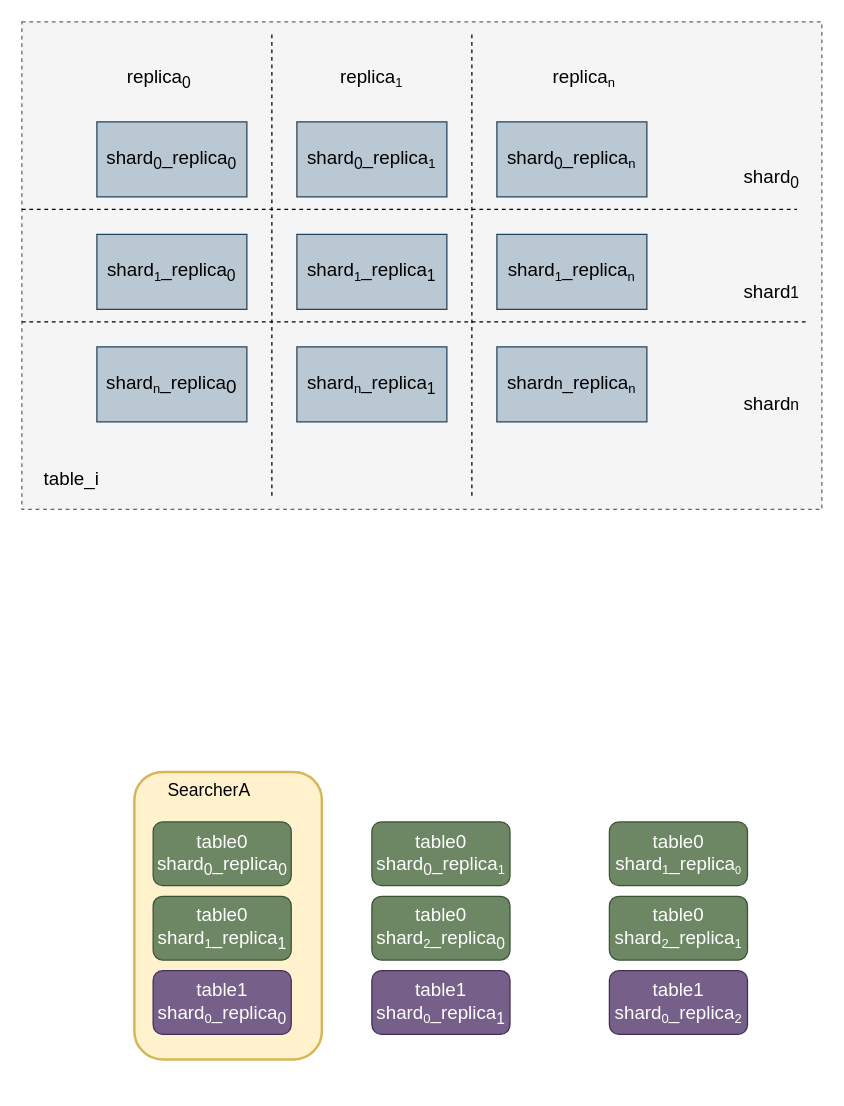
johnsondeng/drawio keeps this draw.io diagram as vsearch.drawio. Above is the earlier version. Source tidied: cells renumbered, new cells numbered last; positions are measured from the earlier drawing's top-left corner, leaving out a move shared by most shapes. Both pictures are drawn from the tidied source at 125%, with x=0, y=0 at pixel (21, 21).
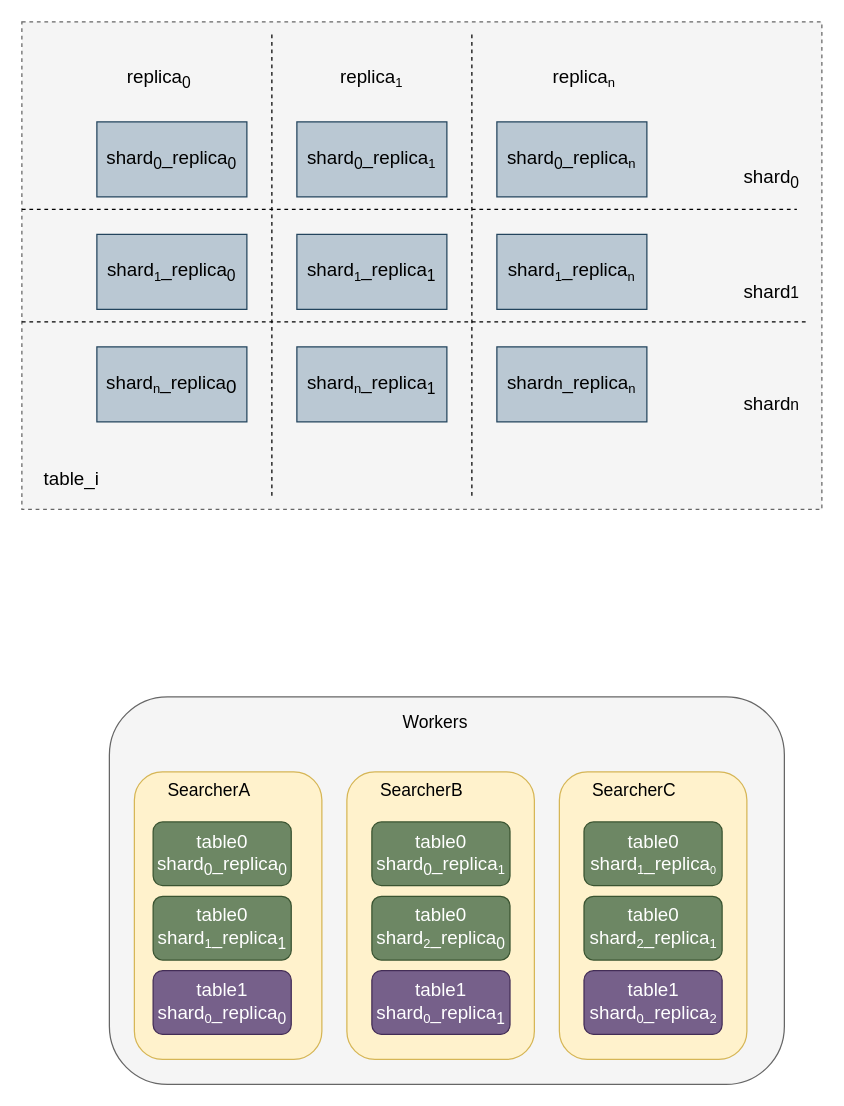
After the change.

The edit, as a diff of the source:
```diff
@@
+    <mxCell id="34" style="group;strokeWidth=0;" parent="1" vertex="1">
+      <mxGeometry x="70" y="540" width="540" height="310" as="geometry" />
+    </mxCell>
+    <mxCell id="35" style="rounded=1;whiteSpace=wrap;html=1;strokeWidth=1;fillColor=#f5f5f5;strokeColor=#666666;fontColor=#333333;" parent="34" vertex="1">
+      <mxGeometry width="540" height="310" as="geometry" />
+    </mxCell>
+    <mxCell id="36" value="Workers" style="text;html=1;strokeColor=none;fillColor=none;align=center;verticalAlign=middle;whiteSpace=wrap;rounded=0;strokeWidth=1;fontSize=14;" parent="34" vertex="1">
+      <mxGeometry x="153" width="216" height="40.4" as="geometry" />
+    </mxCell>
+    <mxCell id="37" style="group;" parent="1" vertex="1">
+      <mxGeometry x="430" y="600" width="150" height="230" as="geometry" />
+    </mxCell>
+    <mxCell id="38" style="rounded=1;whiteSpace=wrap;html=1;strokeWidth=1;fillColor=#fff2cc;strokeColor=#d6b656;" parent="37" vertex="1">
+      <mxGeometry width="150" height="230" as="geometry" />
+    </mxCell>
+    <mxCell id="39" value="SearcherC" style="text;html=1;strokeColor=none;fillColor=none;align=center;verticalAlign=middle;whiteSpace=wrap;rounded=0;strokeWidth=1;fontSize=14;" parent="37" vertex="1">
+      <mxGeometry x="30" width="60" height="30" as="geometry" />
+    </mxCell>
+    <mxCell id="30" value="&lt;font style=&quot;font-size: 15px&quot;&gt;table0&lt;br&gt;shard&lt;/font&gt;&lt;font&gt;&lt;span style=&quot;font-size: 12.5px&quot;&gt;&lt;sub&gt;1&lt;/sub&gt;&lt;/span&gt;&lt;span style=&quot;font-size: 15px&quot;&gt;_replica&lt;/span&gt;&lt;/font&gt;&lt;font style=&quot;font-size: 10.4167px&quot;&gt;&lt;sub&gt;0&lt;/sub&gt;&lt;/font&gt;" style="rounded=1;whiteSpace=wrap;html=1;fillColor=#6d8764;strokeColor=#3A5431;fontColor=#ffffff;" parent="37" vertex="1">
+      <mxGeometry x="19.7" y="40" width="110.5" height="51" as="geometry" />
+    </mxCell>
+    <mxCell id="31" value="&lt;font style=&quot;font-size: 15px&quot;&gt;table0&lt;br&gt;shard&lt;/font&gt;&lt;font&gt;&lt;span style=&quot;font-size: 12.5px&quot;&gt;&lt;sub&gt;2&lt;/sub&gt;&lt;/span&gt;&lt;span style=&quot;font-size: 15px&quot;&gt;_replica&lt;/span&gt;&lt;span style=&quot;font-size: 12.5px&quot;&gt;&lt;sub&gt;1&lt;/sub&gt;&lt;/span&gt;&lt;/font&gt;" style="rounded=1;whiteSpace=wrap;html=1;fillColor=#6d8764;strokeColor=#3A5431;fontColor=#ffffff;" parent="37" vertex="1">
+      <mxGeometry x="19.7" y="99.5" width="110.5" height="51" as="geometry" />
+    </mxCell>
+    <mxCell id="32" value="&lt;font style=&quot;font-size: 15px&quot;&gt;table1&lt;br&gt;shard&lt;/font&gt;&lt;font style=&quot;font-size: 12.5px&quot;&gt;&lt;sub&gt;0&lt;/sub&gt;&lt;/font&gt;&lt;font&gt;&lt;span style=&quot;font-size: 15px&quot;&gt;_replica&lt;/span&gt;&lt;span style=&quot;font-size: 12.5px&quot;&gt;&lt;sub&gt;2&lt;/sub&gt;&lt;/span&gt;&lt;/font&gt;" style="rounded=1;whiteSpace=wrap;html=1;fillColor=#76608a;strokeColor=#432D57;fontColor=#ffffff;" parent="37" vertex="1">
+      <mxGeometry x="19.7" y="159" width="110.5" height="51" as="geometry" />
+    </mxCell>
+    <mxCell id="40" style="group;" parent="1" vertex="1">
+      <mxGeometry x="260" y="600" width="150" height="230" as="geometry" />
+    </mxCell>
+    <mxCell id="41" style="rounded=1;whiteSpace=wrap;html=1;strokeWidth=1;fillColor=#fff2cc;strokeColor=#d6b656;" parent="40" vertex="1">
+      <mxGeometry width="150" height="230" as="geometry" />
+    </mxCell>
+    <mxCell id="42" value="SearcherB" style="text;html=1;strokeColor=none;fillColor=none;align=center;verticalAlign=middle;whiteSpace=wrap;rounded=0;strokeWidth=1;fontSize=14;" parent="40" vertex="1">
+      <mxGeometry x="30" width="60" height="30" as="geometry" />
+    </mxCell>
+    <mxCell id="43" style="group;" parent="1" vertex="1">
+      <mxGeometry x="90" y="600" width="150" height="230" as="geometry" />
+    </mxCell>
-    <mxCell id="2" style="rounded=1;whiteSpace=wrap;html=1;strokeWidth=2;fillColor=#fff2cc;strokeColor=#d6b656;" parent="1" vertex="1">
-      <mxGeometry x="90" y="600" width="150" height="230" as="geometry" />
+    <mxCell id="2" style="rounded=1;whiteSpace=wrap;html=1;strokeWidth=1;fillColor=#fff2cc;strokeColor=#d6b656;" parent="43" vertex="1">
+      <mxGeometry width="150" height="230" as="geometry" />
     </mxCell>
+    <mxCell id="33" value="SearcherA" style="text;html=1;strokeColor=none;fillColor=none;align=center;verticalAlign=middle;whiteSpace=wrap;rounded=0;strokeWidth=1;fontSize=14;" parent="43" vertex="1">
+      <mxGeometry x="30" width="60" height="30" as="geometry" />
+    </mxCell>
@@
-    <mxCell id="30" value="&lt;font style=&quot;font-size: 15px&quot;&gt;table0&lt;br&gt;shard&lt;/font&gt;&lt;font&gt;&lt;span style=&quot;font-size: 12.5px&quot;&gt;&lt;sub&gt;1&lt;/sub&gt;&lt;/span&gt;&lt;span style=&quot;font-size: 15px&quot;&gt;_replica&lt;/span&gt;&lt;/font&gt;&lt;font style=&quot;font-size: 10.4167px&quot;&gt;&lt;sub&gt;0&lt;/sub&gt;&lt;/font&gt;" style="rounded=1;whiteSpace=wrap;html=1;fillColor=#6d8764;strokeColor=#3A5431;fontColor=#ffffff;" parent="1" vertex="1">
-      <mxGeometry x="470" y="640" width="110.5" height="51" as="geometry" />
-    </mxCell>
-    <mxCell id="31" value="&lt;font style=&quot;font-size: 15px&quot;&gt;table0&lt;br&gt;shard&lt;/font&gt;&lt;font&gt;&lt;span style=&quot;font-size: 12.5px&quot;&gt;&lt;sub&gt;2&lt;/sub&gt;&lt;/span&gt;&lt;span style=&quot;font-size: 15px&quot;&gt;_replica&lt;/span&gt;&lt;span style=&quot;font-size: 12.5px&quot;&gt;&lt;sub&gt;1&lt;/sub&gt;&lt;/span&gt;&lt;/font&gt;" style="rounded=1;whiteSpace=wrap;html=1;fillColor=#6d8764;strokeColor=#3A5431;fontColor=#ffffff;" parent="1" vertex="1">
-      <mxGeometry x="470" y="699.5" width="110.5" height="51" as="geometry" />
-    </mxCell>
-    <mxCell id="32" value="&lt;font style=&quot;font-size: 15px&quot;&gt;table1&lt;br&gt;shard&lt;/font&gt;&lt;font style=&quot;font-size: 12.5px&quot;&gt;&lt;sub&gt;0&lt;/sub&gt;&lt;/font&gt;&lt;font&gt;&lt;span style=&quot;font-size: 15px&quot;&gt;_replica&lt;/span&gt;&lt;span style=&quot;font-size: 12.5px&quot;&gt;&lt;sub&gt;2&lt;/sub&gt;&lt;/span&gt;&lt;/font&gt;" style="rounded=1;whiteSpace=wrap;html=1;fillColor=#76608a;strokeColor=#432D57;fontColor=#ffffff;" parent="1" vertex="1">
-      <mxGeometry x="470" y="759" width="110.5" height="51" as="geometry" />
-    </mxCell>
-    <mxCell id="33" value="SearcherA" style="text;html=1;strokeColor=none;fillColor=none;align=center;verticalAlign=middle;whiteSpace=wrap;rounded=0;strokeWidth=1;fontSize=14;" parent="1" vertex="1">
-      <mxGeometry x="120" y="600" width="60" height="30" as="geometry" />
-    </mxCell>
```
